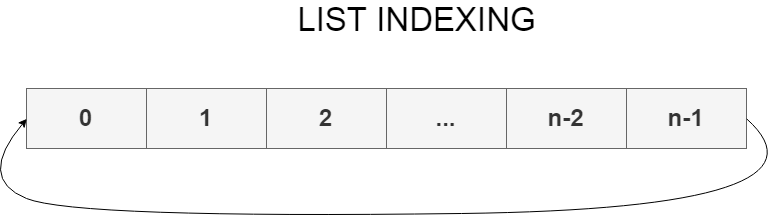
Earlier version of the draw.io export img/lists.png (stonecharioteer/python_training). Source tidied: cells renumbered, new cells last; positions are measured from the earlier drawing's top-left corner, leaving out a move shared by most shapes.
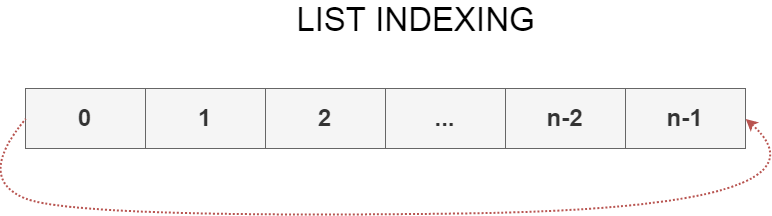
After the change.

Commit message:
Changed arrow direction.

Diff of the diagram source:
```diff
@@ -23,7 +23,7 @@
     <mxCell id="8" value="LIST INDEXING&lt;br style=&quot;font-size: 33px;&quot;&gt;" style="text;html=1;strokeColor=none;fillColor=none;align=center;verticalAlign=middle;whiteSpace=wrap;rounded=0;fontSize=33;" parent="1" vertex="1">
       <mxGeometry x="300" width="280" height="20" as="geometry" />
     </mxCell>
-    <mxCell id="9" style="curved=1;endArrow=classic;html=1;fontSize=33;exitX=1;exitY=0.5;exitDx=0;exitDy=0;entryX=0;entryY=0.5;entryDx=0;entryDy=0;" parent="1" edge="1" source="7" target="2">
+    <mxCell id="9" style="curved=1;endArrow=none;html=1;fontSize=33;exitX=1;exitY=0.5;exitDx=0;exitDy=0;entryX=0;entryY=0.5;entryDx=0;entryDy=0;strokeWidth=2;startArrow=classic;startFill=1;endFill=0;dashed=1;fillColor=#f8cecc;strokeColor=#b85450;dashPattern=1 1;" parent="1" edge="1" source="7" target="2">
       <mxGeometry relative="1" as="geometry">
         <Array as="points">
           <mxPoint x="870" y="200" />
```
